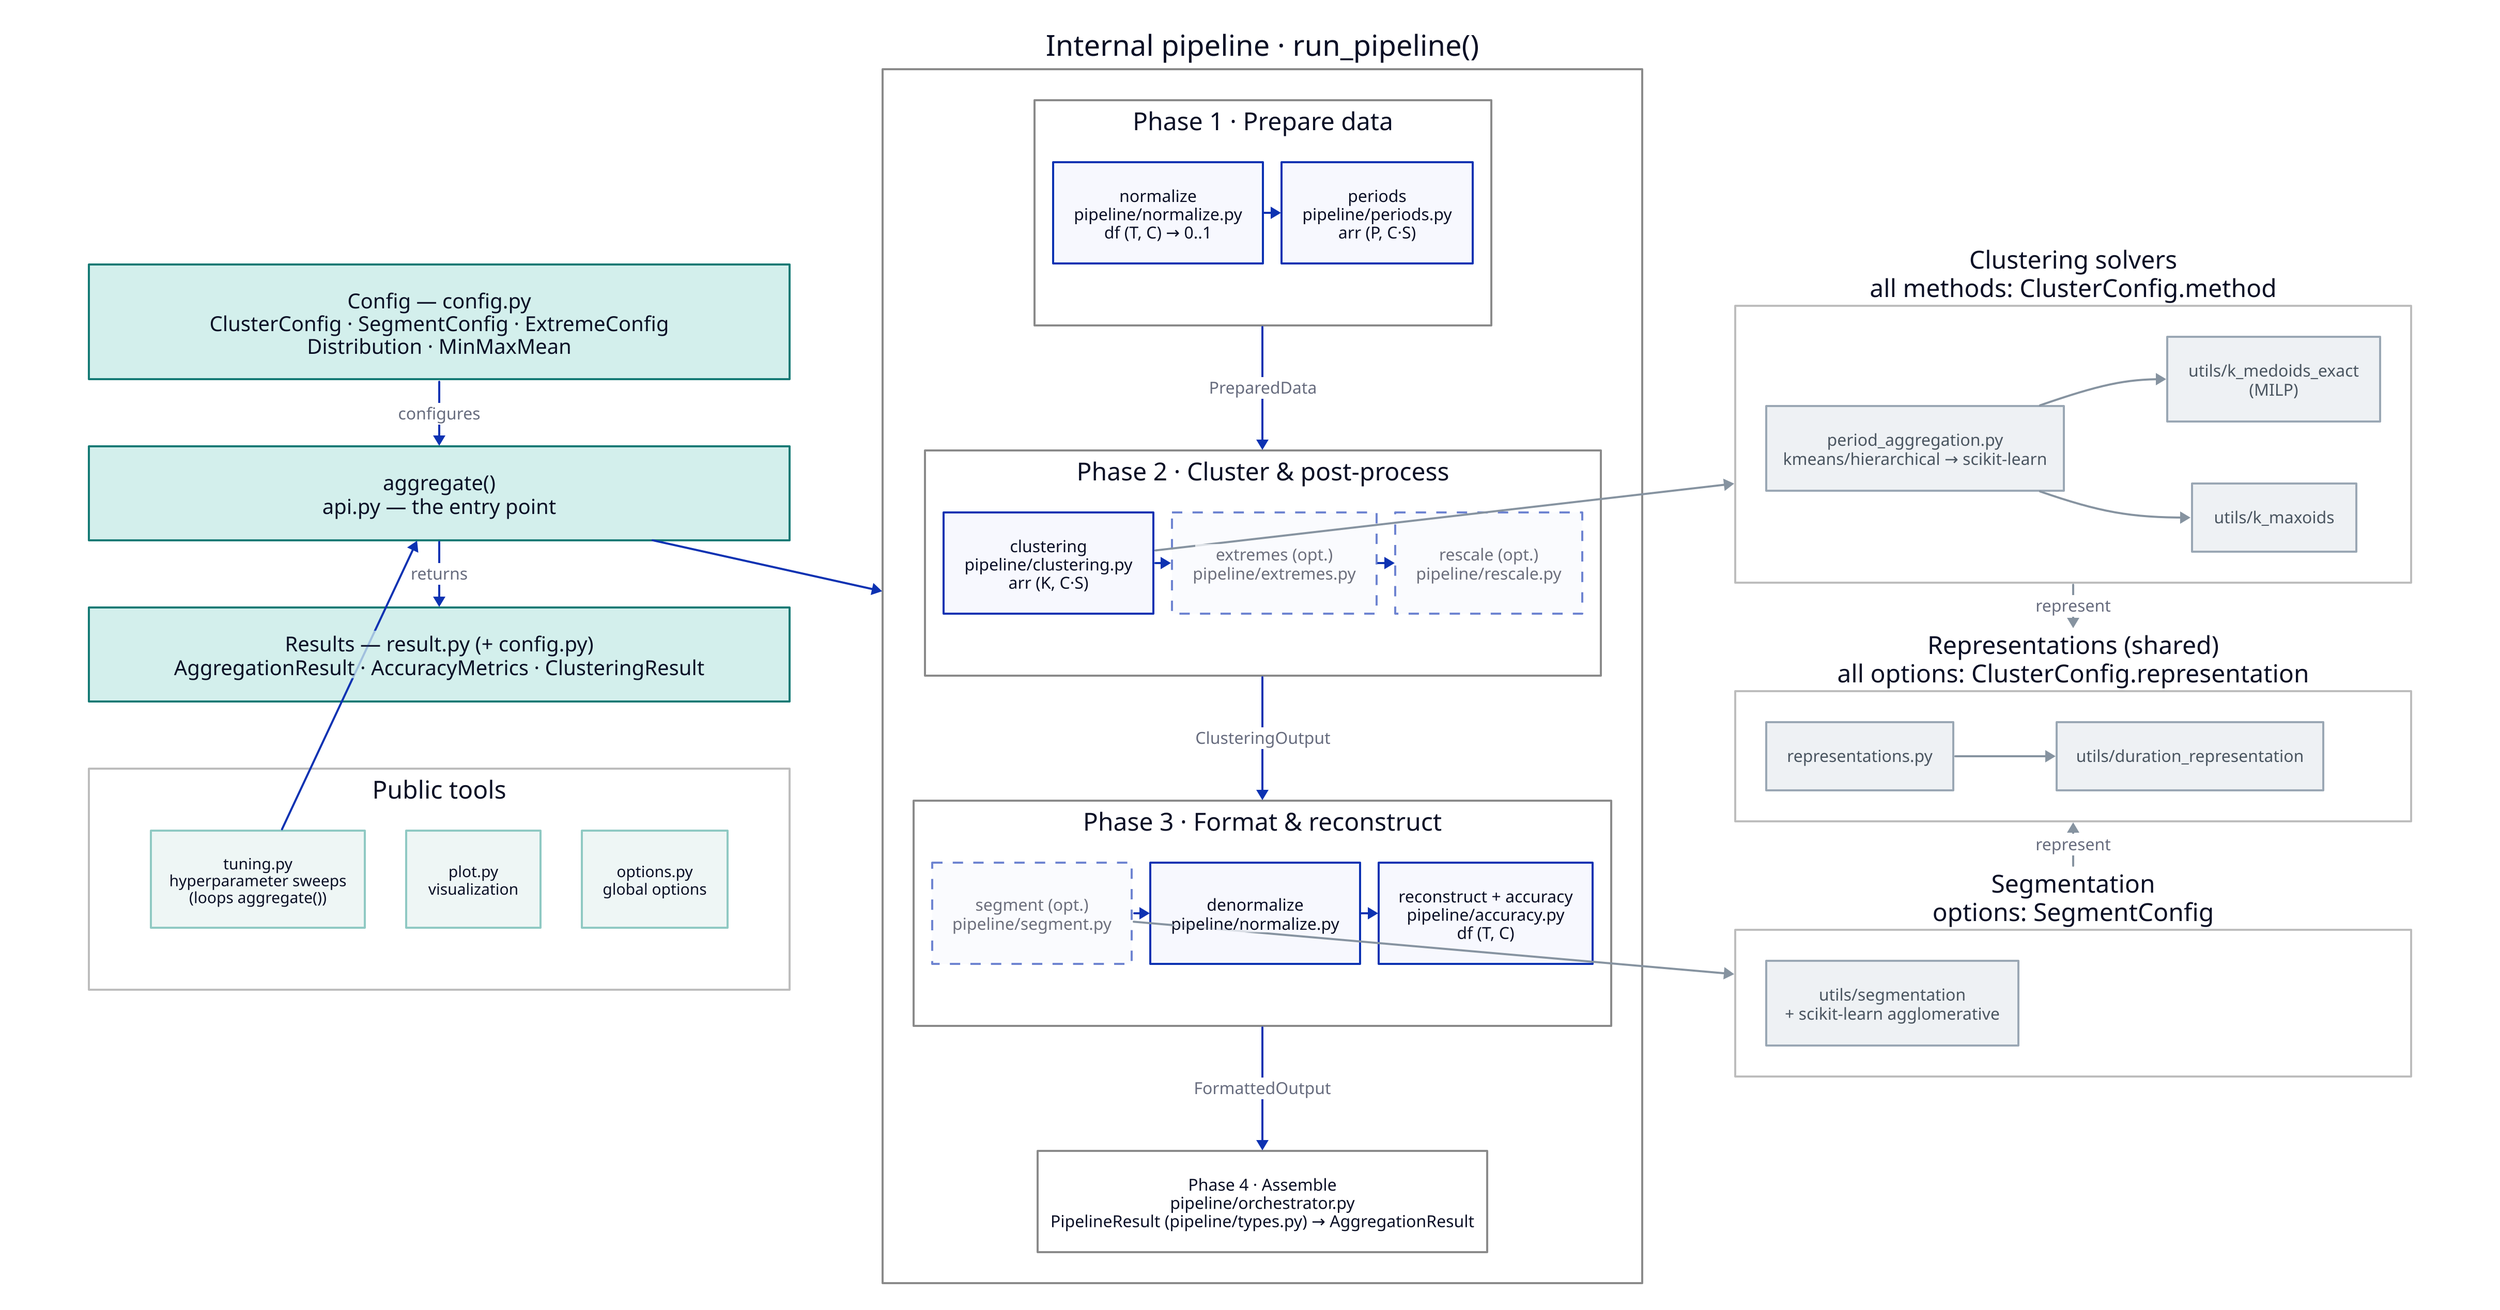
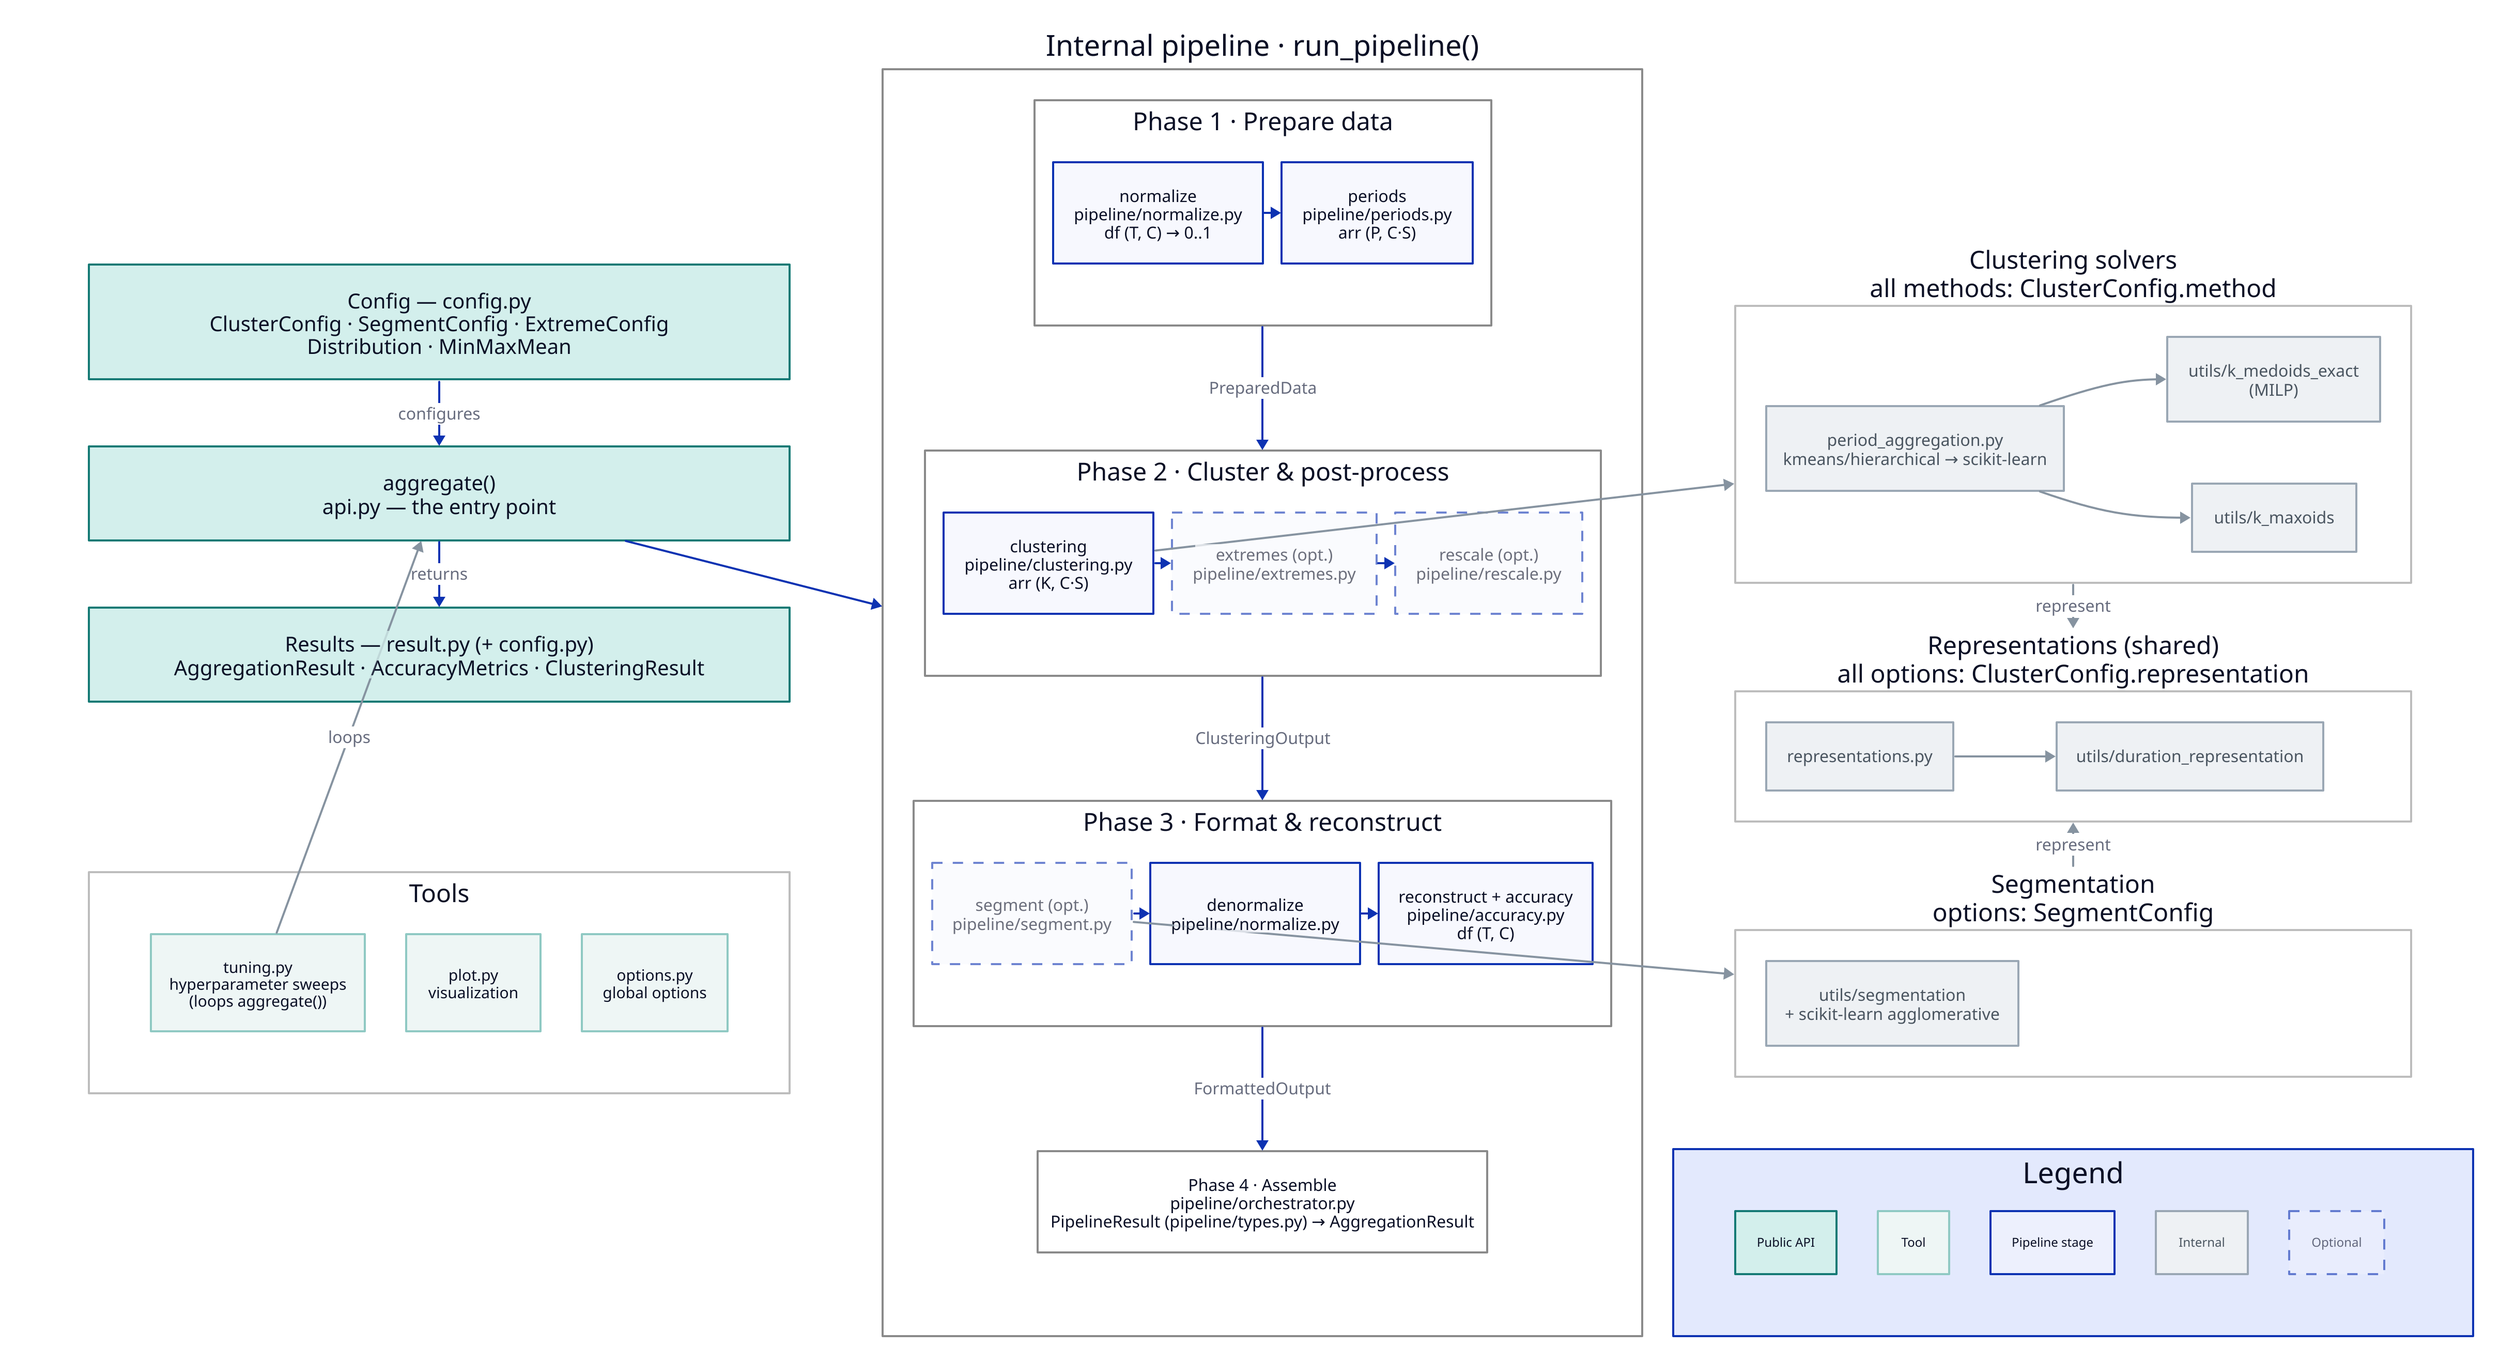
direction: down

vars: {
  d2-config: { pad: 25 }
}

classes: {
  optional_step: { style: { stroke-dash: 5; opacity: 0.6 } }
  group: { style: { fill: transparent; stroke: "#8a8a8a" } }
  side: { style: { fill: transparent; stroke: "#bdbdbd" } }
  pad: { style: { fill: transparent; stroke: transparent } }
  # first-class public API (aggregate + config + results): prominent teal, larger
  public: { style: { fill: "#d3efec"; stroke: "#157a75"; stroke-width: 2; bold: true; font-size: 20 } }
  # secondary public tools (tuning/plot/options): lighter teal
  tool: { style: { fill: "#eef6f5"; stroke: "#8fc9c3"; font-size: 15 } }
  # supporting internal modules outside the phases (backends, auxiliary): muted
  support: { style: { fill: "#eef1f4"; stroke: "#9aa7b4"; font-color: "#4a5560" } }
  # grey connectors
  conn: { style: { stroke: "#8693a0" } }
}

grid-columns: 3
grid-gap: 30
vertical-gap: 25

# ── Left column: public API (config & results, entry) + auxiliary ─────────
lcol: "" {
  class: pad
-   grid-rows: 5
+   grid-rows: 6
  vertical-gap: 65

  pad_top: "" { class: pad }
  cfg: "Config — config.py\nClusterConfig · SegmentConfig · ExtremeConfig\nDistribution · MinMaxMean" { class: public }
  api: "aggregate()\napi.py — the entry point" { class: public }
  res: "Results — result.py (+ config.py)\nAggregationResult · AccuracyMetrics · ClusteringResult" { class: public }
-   tools: "Public tools" {
+   pad_mid: "" { class: pad; height: 35 }
+   tools: "Tools" {
    class: side
    grid-columns: 3
    tune: "tuning.py\nhyperparameter sweeps\n(loops aggregate())" { class: tool }
    plot: "plot.py\nvisualization" { class: tool }
    opts: "options.py\nglobal options" { class: tool }
  }
}

# ── Center column: the run_pipeline() spine ───────────────────────────────
pipeline: "Internal pipeline · run_pipeline()" {
  class: group
  direction: down
  vertical-gap: 25

  p1: "Phase 1 · Prepare data" {
    class: group
    grid-rows: 1
    horizontal-gap: 18
    normalize: "normalize\npipeline/normalize.py\ndf (T, C) → 0..1"
    periods: "periods\npipeline/periods.py\narr (P, C·S)"
    normalize -> periods
  }
  p2: "Phase 2 · Cluster & post-process" {
    class: group
    grid-rows: 1
    horizontal-gap: 18
    clustering: "clustering\npipeline/clustering.py\narr (K, C·S)"
    extremes: "extremes (opt.)\npipeline/extremes.py" { class: optional_step }
    rescale: "rescale (opt.)\npipeline/rescale.py" { class: optional_step }
    clustering -> extremes
    extremes -> rescale
  }
  p3: "Phase 3 · Format & reconstruct" {
    class: group
    grid-rows: 1
    horizontal-gap: 18
    segment: "segment (opt.)\npipeline/segment.py" { class: optional_step }
    denorm: "denormalize\npipeline/normalize.py"
    accuracy: "reconstruct + accuracy\npipeline/accuracy.py\ndf (T, C)"
    segment -> denorm
    denorm -> accuracy
  }
  p4: "Phase 4 · Assemble\npipeline/orchestrator.py\nPipelineResult (pipeline/types.py) → AggregationResult" { class: group }

  p1 -> p2: "PreparedData"
  p2 -> p3: "ClusteringOutput"
  p3 -> p4: "FormattedOutput"
}

# ── Right column: backends, each group aligned with the step that uses it ─
rcol: "" {
  class: pad
  grid-rows: 5
  vertical-gap: 45

  pad_top: "" { class: pad; height: 120; width: 20 }

  # Clustering-only: period_aggregation dispatches to the medoid/maxoid solvers
  # (kmeans/hierarchical go to scikit-learn).
  clu_solvers: "Clustering solvers\nall methods: ClusterConfig.method" {
    class: side
    direction: right
    pa: "period_aggregation.py\nkmeans/hierarchical → scikit-learn" { class: support }
    kmex: "utils/k_medoids_exact\n(MILP)" { class: support }
    kmax: "utils/k_maxoids" { class: support }
    pa -> kmex { class: conn }
    pa -> kmax { class: conn }
  }

  # Shared by clustering AND segmentation.
  reps: "Representations (shared)\nall options: ClusterConfig.representation" {
    class: side
    direction: right
    rep: "representations.py" { class: support }
    dur: "utils/duration_representation" { class: support }
    rep -> dur { class: conn }
  }

  # Segment-only: its own agglomerative clustering (scikit-learn).
  seg_back: "Segmentation\noptions: SegmentConfig" {
    class: side
    segu: "utils/segmentation\n+ scikit-learn agglomerative" { class: support }
  }
}

+ # ── Legend (colour key) ────────────────────────────────────────────────────
+ legend: "Legend" {
+   grid-rows: 1
+   le_pub: "Public API" { class: public; style.font-size: 12 }
+   le_tool: "Tool" { class: tool; style.font-size: 12 }
+   le_flow: "Pipeline stage" { class: default; style.font-size: 12 }
+   le_sup: "Internal" { class: support; style.font-size: 12 }
+   le_opt: "Optional" { class: optional_step; style.font-size: 12 }
+ }
+ 
# ── Cross-column edges ─────────────────────────────────────────────────────
lcol.cfg -> lcol.api: "configures"
lcol.api -> lcol.res: "returns"
- lcol.tools.tune -> lcol.api
+ lcol.tools.tune -> lcol.api: "loops" { class: conn }
lcol.api -> pipeline
pipeline.p2.clustering -> rcol.clu_solvers { class: conn }
pipeline.p3.segment -> rcol.seg_back { class: conn }
rcol.clu_solvers -> rcol.reps: "represent" { class: conn }
rcol.seg_back -> rcol.reps: "represent" { class: conn }
